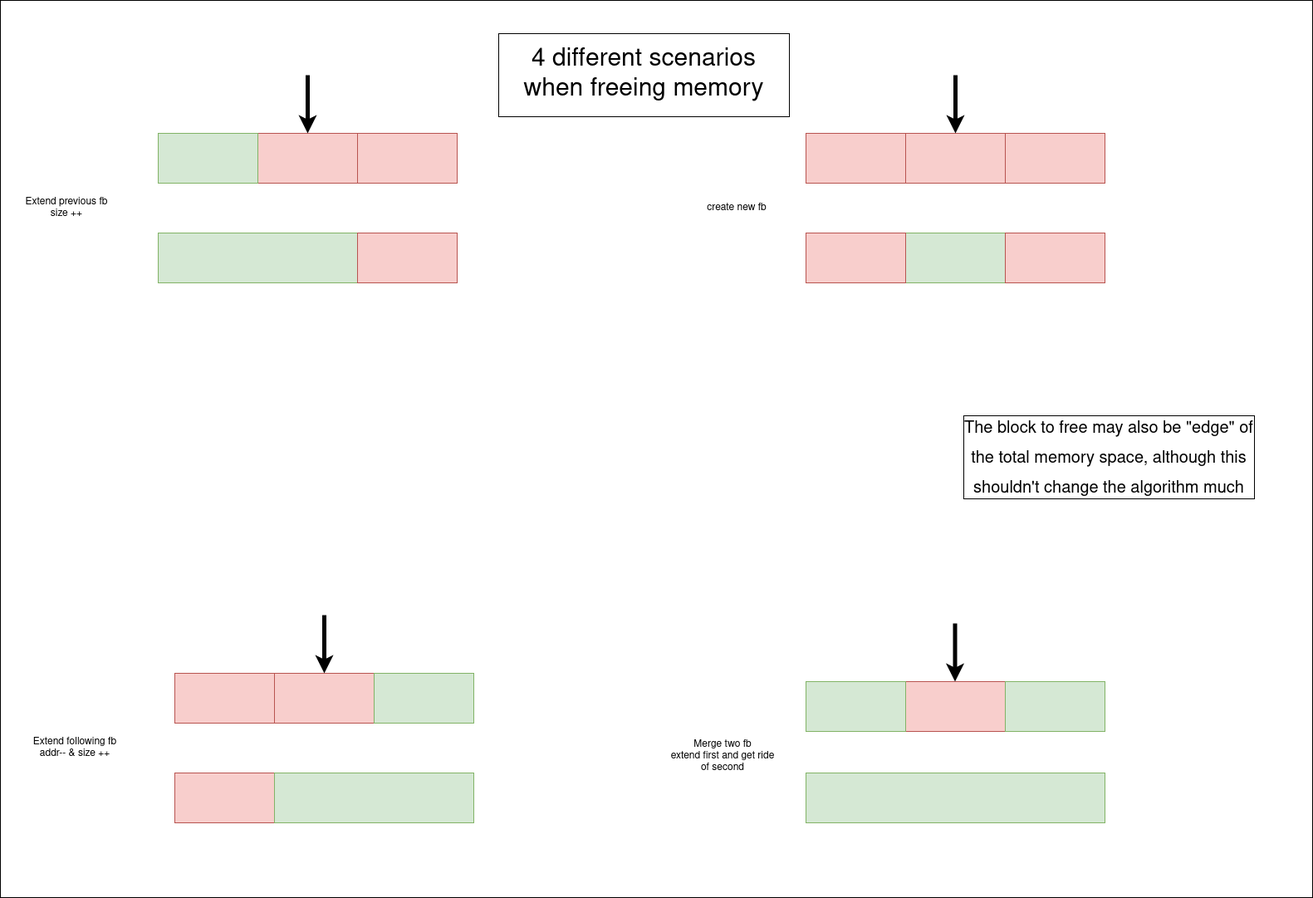
This is pictures/free_mem.png from gregiorg/API_TP4_PELISSE_FODOR, a draw.io export, as it was before one commit. Source tidied: cells renumbered, new cells last; positions are measured from the earlier drawing's top-left corner, leaving out a move shared by most shapes. The source it was exported from:
```xml
<mxGraphModel>
  <root>
    <mxCell id="0" />
    <mxCell id="1" parent="0" />
    <mxCell id="2" style="rounded=0;whiteSpace=wrap;html=1;fillColor=#f8cecc;strokeColor=#b85450;" parent="1" vertex="1">
      <mxGeometry x="310" y="160" width="120" height="60" as="geometry" />
    </mxCell>
    <mxCell id="3" style="rounded=0;whiteSpace=wrap;html=1;fillColor=#d5e8d4;strokeColor=#82b366;" parent="1" vertex="1">
      <mxGeometry x="190" y="160" width="120" height="60" as="geometry" />
    </mxCell>
    <mxCell id="4" style="endArrow=classic;html=1;entryX=0.5;entryY=0;entryDx=0;entryDy=0;strokeWidth=5;" parent="1" edge="1" target="2">
      <mxGeometry relative="1" as="geometry">
        <mxPoint x="370" y="90" as="sourcePoint" />
      </mxGeometry>
    </mxCell>
    <mxCell id="5" style="rounded=0;whiteSpace=wrap;html=1;fillColor=#f8cecc;strokeColor=#b85450;" parent="1" vertex="1">
      <mxGeometry x="430" y="160" width="120" height="60" as="geometry" />
    </mxCell>
    <mxCell id="6" style="rounded=0;whiteSpace=wrap;html=1;fillColor=#d5e8d4;strokeColor=#82b366;" parent="1" vertex="1">
      <mxGeometry x="190" y="280" width="240" height="60" as="geometry" />
    </mxCell>
    <mxCell id="7" style="rounded=0;whiteSpace=wrap;html=1;fillColor=#f8cecc;strokeColor=#b85450;" parent="1" vertex="1">
      <mxGeometry x="430" y="280" width="120" height="60" as="geometry" />
    </mxCell>
    <mxCell id="8" value="&lt;div&gt;Extend previous fb&lt;/div&gt;&lt;div&gt;size ++&lt;/div&gt;" style="text;html=1;strokeColor=none;fillColor=none;align=center;verticalAlign=middle;whiteSpace=wrap;rounded=0;" parent="1" vertex="1">
      <mxGeometry x="10" y="230" width="140" height="40" as="geometry" />
    </mxCell>
    <mxCell id="9" style="rounded=0;whiteSpace=wrap;html=1;fillColor=#f8cecc;strokeColor=#b85450;" parent="1" vertex="1">
      <mxGeometry x="330" y="810" width="120" height="60" as="geometry" />
    </mxCell>
    <mxCell id="10" style="rounded=0;whiteSpace=wrap;html=1;fillColor=#f8cecc;strokeColor=#b85450;" parent="1" vertex="1">
      <mxGeometry x="210" y="810" width="120" height="60" as="geometry" />
    </mxCell>
    <mxCell id="11" style="endArrow=classic;html=1;entryX=0.5;entryY=0;entryDx=0;entryDy=0;strokeWidth=5;" parent="1" edge="1" target="9">
      <mxGeometry relative="1" as="geometry">
        <mxPoint x="390" y="740" as="sourcePoint" />
      </mxGeometry>
    </mxCell>
    <mxCell id="12" style="rounded=0;whiteSpace=wrap;html=1;fillColor=#d5e8d4;strokeColor=#82b366;" parent="1" vertex="1">
      <mxGeometry x="450" y="810" width="120" height="60" as="geometry" />
    </mxCell>
    <mxCell id="13" style="rounded=0;whiteSpace=wrap;html=1;fillColor=#f8cecc;strokeColor=#b85450;" parent="1" vertex="1">
      <mxGeometry x="210" y="930" width="120" height="60" as="geometry" />
    </mxCell>
    <mxCell id="14" style="rounded=0;whiteSpace=wrap;html=1;fillColor=#d5e8d4;strokeColor=#82b366;" parent="1" vertex="1">
      <mxGeometry x="330" y="930" width="240" height="60" as="geometry" />
    </mxCell>
    <mxCell id="15" value="&lt;div&gt;Extend following fb&lt;/div&gt;&lt;div&gt;addr-- &amp;amp; size ++&lt;/div&gt;" style="text;html=1;strokeColor=none;fillColor=none;align=center;verticalAlign=middle;whiteSpace=wrap;rounded=0;" parent="1" vertex="1">
      <mxGeometry x="20" y="880" width="140" height="40" as="geometry" />
    </mxCell>
    <mxCell id="16" style="rounded=0;whiteSpace=wrap;html=1;fillColor=#f8cecc;strokeColor=#b85450;" parent="1" vertex="1">
      <mxGeometry x="1090" y="160" width="120" height="60" as="geometry" />
    </mxCell>
    <mxCell id="17" style="rounded=0;whiteSpace=wrap;html=1;fillColor=#f8cecc;strokeColor=#b85450;" parent="1" vertex="1">
      <mxGeometry x="970" y="160" width="120" height="60" as="geometry" />
    </mxCell>
    <mxCell id="18" style="endArrow=classic;html=1;entryX=0.5;entryY=0;entryDx=0;entryDy=0;strokeWidth=5;" parent="1" edge="1" target="16">
      <mxGeometry relative="1" as="geometry">
        <mxPoint x="1150" y="90" as="sourcePoint" />
      </mxGeometry>
    </mxCell>
    <mxCell id="19" style="rounded=0;whiteSpace=wrap;html=1;fillColor=#f8cecc;strokeColor=#b85450;" parent="1" vertex="1">
      <mxGeometry x="1210" y="160" width="120" height="60" as="geometry" />
    </mxCell>
    <mxCell id="20" style="rounded=0;whiteSpace=wrap;html=1;fillColor=#d5e8d4;strokeColor=#82b366;" parent="1" vertex="1">
      <mxGeometry x="1090" y="280" width="120" height="60" as="geometry" />
    </mxCell>
    <mxCell id="21" style="rounded=0;whiteSpace=wrap;html=1;fillColor=#f8cecc;strokeColor=#b85450;" parent="1" vertex="1">
      <mxGeometry x="970" y="280" width="120" height="60" as="geometry" />
    </mxCell>
    <mxCell id="22" style="rounded=0;whiteSpace=wrap;html=1;fillColor=#f8cecc;strokeColor=#b85450;" parent="1" vertex="1">
      <mxGeometry x="1210" y="280" width="120" height="60" as="geometry" />
    </mxCell>
    <mxCell id="23" value="create new fb" style="text;html=1;strokeColor=none;fillColor=none;align=center;verticalAlign=middle;whiteSpace=wrap;rounded=0;" parent="1" vertex="1">
      <mxGeometry x="817" y="230" width="140" height="40" as="geometry" />
    </mxCell>
    <mxCell id="24" style="rounded=0;whiteSpace=wrap;html=1;fillColor=#f8cecc;strokeColor=#b85450;" parent="1" vertex="1">
      <mxGeometry x="1090" y="820" width="120" height="60" as="geometry" />
    </mxCell>
    <mxCell id="25" style="rounded=0;whiteSpace=wrap;html=1;fillColor=#d5e8d4;strokeColor=#82b366;" parent="1" vertex="1">
      <mxGeometry x="970" y="820" width="120" height="60" as="geometry" />
    </mxCell>
    <mxCell id="26" style="rounded=0;whiteSpace=wrap;html=1;fillColor=#d5e8d4;strokeColor=#82b366;" parent="1" vertex="1">
      <mxGeometry x="1210" y="820" width="120" height="60" as="geometry" />
    </mxCell>
    <mxCell id="27" style="endArrow=classic;html=1;entryX=0.5;entryY=0;entryDx=0;entryDy=0;strokeWidth=5;" parent="1" edge="1">
      <mxGeometry relative="1" as="geometry">
        <mxPoint x="1149.5" y="750" as="sourcePoint" />
        <mxPoint x="1149.5" y="820" as="targetPoint" />
      </mxGeometry>
    </mxCell>
    <mxCell id="28" style="rounded=0;whiteSpace=wrap;html=1;fillColor=#d5e8d4;strokeColor=#82b366;" parent="1" vertex="1">
      <mxGeometry x="970" y="930" width="360" height="60" as="geometry" />
    </mxCell>
    <mxCell id="29" value="&lt;div&gt;Merge two fb&lt;/div&gt;&lt;div&gt;extend first and get ride of second&lt;br&gt;&lt;/div&gt;" style="text;html=1;strokeColor=none;fillColor=none;align=center;verticalAlign=middle;whiteSpace=wrap;rounded=0;" parent="1" vertex="1">
      <mxGeometry x="800" y="890" width="140" height="40" as="geometry" />
    </mxCell>
    <mxCell id="30" value="4 different scenarios when freeing memory" style="text;html=1;align=center;verticalAlign=middle;whiteSpace=wrap;rounded=0;fontSize=30;strokeColor=#000000;" parent="1" vertex="1">
      <mxGeometry x="600" y="40" width="350" height="100" as="geometry" />
    </mxCell>
    <mxCell id="31" value="&lt;font style=&quot;font-size: 20px&quot;&gt;The block to free may also be &quot;edge&quot; of the total memory space, although this shouldn't change the algorithm much &lt;br&gt;&lt;/font&gt;" style="text;html=1;align=center;verticalAlign=middle;whiteSpace=wrap;rounded=0;fontSize=30;strokeColor=#000000;" parent="1" vertex="1">
      <mxGeometry x="1160" y="500" width="350" height="100" as="geometry" />
    </mxCell>
    <mxCell id="32" style="rounded=0;whiteSpace=wrap;html=1;strokeColor=#000000;fontSize=30;fillColor=none;" parent="1" vertex="1">
      <mxGeometry width="1580" height="1080" as="geometry" />
    </mxCell>
  </root>
</mxGraphModel>
```
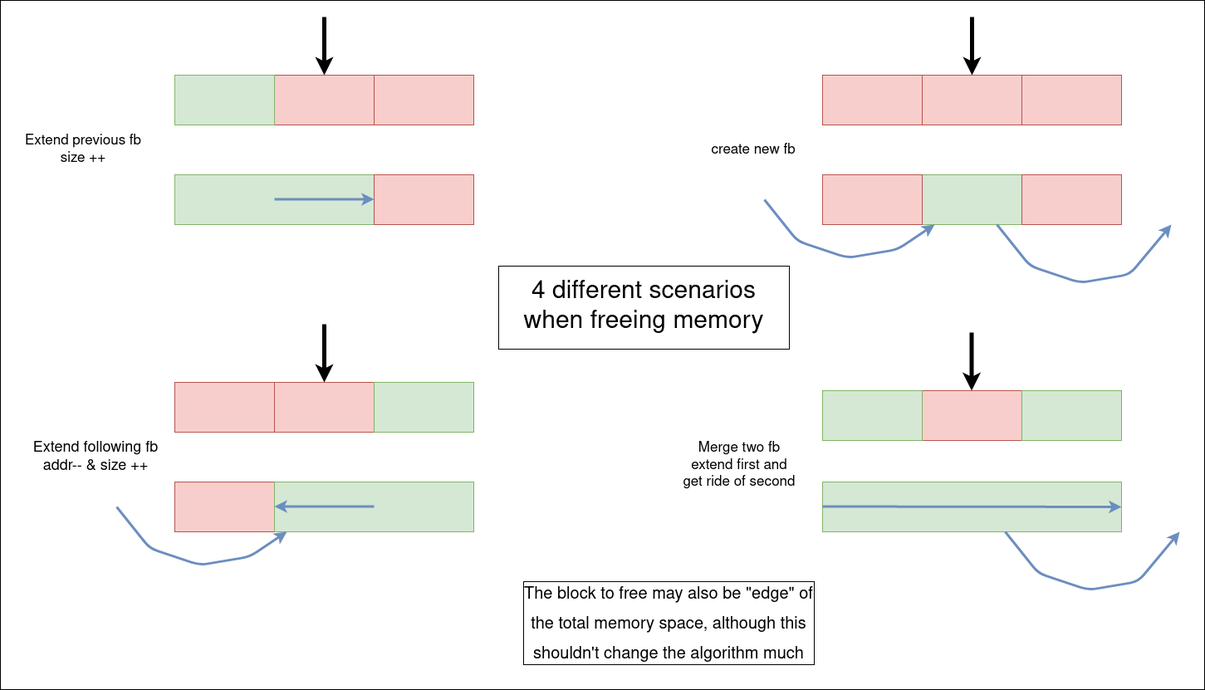
The same file after the commit.

Diff of the diagram source:
```diff
@@ -22,31 +22,31 @@
     <mxCell id="7" style="rounded=0;whiteSpace=wrap;html=1;fillColor=#f8cecc;strokeColor=#b85450;" parent="1" vertex="1">
       <mxGeometry x="430" y="280" width="120" height="60" as="geometry" />
     </mxCell>
-    <mxCell id="8" value="&lt;div&gt;Extend previous fb&lt;/div&gt;&lt;div&gt;size ++&lt;/div&gt;" style="text;html=1;strokeColor=none;fillColor=none;align=center;verticalAlign=middle;whiteSpace=wrap;rounded=0;" parent="1" vertex="1">
-      <mxGeometry x="10" y="230" width="140" height="40" as="geometry" />
+    <mxCell id="8" value="&lt;div style=&quot;font-size: 17px;&quot;&gt;Extend previous fb&lt;/div&gt;&lt;div style=&quot;font-size: 17px;&quot;&gt;size ++&lt;/div&gt;" style="text;html=1;strokeColor=none;fillColor=none;align=center;verticalAlign=middle;whiteSpace=wrap;rounded=0;fontSize=17;" parent="1" vertex="1">
+      <mxGeometry x="-10" y="230" width="180" height="40" as="geometry" />
     </mxCell>
     <mxCell id="9" style="rounded=0;whiteSpace=wrap;html=1;fillColor=#f8cecc;strokeColor=#b85450;" parent="1" vertex="1">
-      <mxGeometry x="330" y="810" width="120" height="60" as="geometry" />
+      <mxGeometry x="310" y="530" width="120" height="60" as="geometry" />
     </mxCell>
     <mxCell id="10" style="rounded=0;whiteSpace=wrap;html=1;fillColor=#f8cecc;strokeColor=#b85450;" parent="1" vertex="1">
-      <mxGeometry x="210" y="810" width="120" height="60" as="geometry" />
+      <mxGeometry x="190" y="530" width="120" height="60" as="geometry" />
     </mxCell>
     <mxCell id="11" style="endArrow=classic;html=1;entryX=0.5;entryY=0;entryDx=0;entryDy=0;strokeWidth=5;" parent="1" edge="1" target="9">
       <mxGeometry relative="1" as="geometry">
-        <mxPoint x="390" y="740" as="sourcePoint" />
+        <mxPoint x="370" y="460" as="sourcePoint" />
       </mxGeometry>
     </mxCell>
     <mxCell id="12" style="rounded=0;whiteSpace=wrap;html=1;fillColor=#d5e8d4;strokeColor=#82b366;" parent="1" vertex="1">
-      <mxGeometry x="450" y="810" width="120" height="60" as="geometry" />
+      <mxGeometry x="430" y="530" width="120" height="60" as="geometry" />
     </mxCell>
     <mxCell id="13" style="rounded=0;whiteSpace=wrap;html=1;fillColor=#f8cecc;strokeColor=#b85450;" parent="1" vertex="1">
-      <mxGeometry x="210" y="930" width="120" height="60" as="geometry" />
+      <mxGeometry x="190" y="650" width="120" height="60" as="geometry" />
     </mxCell>
     <mxCell id="14" style="rounded=0;whiteSpace=wrap;html=1;fillColor=#d5e8d4;strokeColor=#82b366;" parent="1" vertex="1">
-      <mxGeometry x="330" y="930" width="240" height="60" as="geometry" />
+      <mxGeometry x="310" y="650" width="240" height="60" as="geometry" />
     </mxCell>
-    <mxCell id="15" value="&lt;div&gt;Extend following fb&lt;/div&gt;&lt;div&gt;addr-- &amp;amp; size ++&lt;/div&gt;" style="text;html=1;strokeColor=none;fillColor=none;align=center;verticalAlign=middle;whiteSpace=wrap;rounded=0;" parent="1" vertex="1">
-      <mxGeometry x="20" y="880" width="140" height="40" as="geometry" />
+    <mxCell id="15" value="&lt;div style=&quot;font-size: 18px;&quot;&gt;Extend following fb&lt;/div&gt;&lt;div style=&quot;font-size: 18px;&quot;&gt;addr-- &amp;amp; size ++&lt;/div&gt;" style="text;html=1;strokeColor=none;fillColor=none;align=center;verticalAlign=middle;whiteSpace=wrap;rounded=0;fontSize=18;" parent="1" vertex="1">
+      <mxGeometry x="10" y="600" width="170" height="40" as="geometry" />
     </mxCell>
     <mxCell id="16" style="rounded=0;whiteSpace=wrap;html=1;fillColor=#f8cecc;strokeColor=#b85450;" parent="1" vertex="1">
       <mxGeometry x="1090" y="160" width="120" height="60" as="geometry" />
@@ -71,38 +71,98 @@
     <mxCell id="22" style="rounded=0;whiteSpace=wrap;html=1;fillColor=#f8cecc;strokeColor=#b85450;" parent="1" vertex="1">
       <mxGeometry x="1210" y="280" width="120" height="60" as="geometry" />
     </mxCell>
-    <mxCell id="23" value="create new fb" style="text;html=1;strokeColor=none;fillColor=none;align=center;verticalAlign=middle;whiteSpace=wrap;rounded=0;" parent="1" vertex="1">
+    <mxCell id="23" value="create new fb" style="text;html=1;strokeColor=none;fillColor=none;align=center;verticalAlign=middle;whiteSpace=wrap;rounded=0;fontSize=17;" parent="1" vertex="1">
       <mxGeometry x="817" y="230" width="140" height="40" as="geometry" />
     </mxCell>
     <mxCell id="24" style="rounded=0;whiteSpace=wrap;html=1;fillColor=#f8cecc;strokeColor=#b85450;" parent="1" vertex="1">
-      <mxGeometry x="1090" y="820" width="120" height="60" as="geometry" />
+      <mxGeometry x="1090" y="540" width="120" height="60" as="geometry" />
     </mxCell>
     <mxCell id="25" style="rounded=0;whiteSpace=wrap;html=1;fillColor=#d5e8d4;strokeColor=#82b366;" parent="1" vertex="1">
-      <mxGeometry x="970" y="820" width="120" height="60" as="geometry" />
+      <mxGeometry x="970" y="540" width="120" height="60" as="geometry" />
     </mxCell>
     <mxCell id="26" style="rounded=0;whiteSpace=wrap;html=1;fillColor=#d5e8d4;strokeColor=#82b366;" parent="1" vertex="1">
-      <mxGeometry x="1210" y="820" width="120" height="60" as="geometry" />
+      <mxGeometry x="1210" y="540" width="120" height="60" as="geometry" />
     </mxCell>
     <mxCell id="27" style="endArrow=classic;html=1;entryX=0.5;entryY=0;entryDx=0;entryDy=0;strokeWidth=5;" parent="1" edge="1">
       <mxGeometry relative="1" as="geometry">
-        <mxPoint x="1149.5" y="750" as="sourcePoint" />
-        <mxPoint x="1149.5" y="820" as="targetPoint" />
+        <mxPoint x="1149.5" y="470" as="sourcePoint" />
+        <mxPoint x="1149.5" y="540" as="targetPoint" />
       </mxGeometry>
     </mxCell>
     <mxCell id="28" style="rounded=0;whiteSpace=wrap;html=1;fillColor=#d5e8d4;strokeColor=#82b366;" parent="1" vertex="1">
-      <mxGeometry x="970" y="930" width="360" height="60" as="geometry" />
+      <mxGeometry x="970" y="650" width="360" height="60" as="geometry" />
     </mxCell>
-    <mxCell id="29" value="&lt;div&gt;Merge two fb&lt;/div&gt;&lt;div&gt;extend first and get ride of second&lt;br&gt;&lt;/div&gt;" style="text;html=1;strokeColor=none;fillColor=none;align=center;verticalAlign=middle;whiteSpace=wrap;rounded=0;" parent="1" vertex="1">
-      <mxGeometry x="800" y="890" width="140" height="40" as="geometry" />
+    <mxCell id="29" value="&lt;div style=&quot;font-size: 17px;&quot;&gt;Merge two fb&lt;/div&gt;&lt;div style=&quot;font-size: 17px;&quot;&gt;extend first and get ride of second&lt;br style=&quot;font-size: 17px;&quot;&gt;&lt;/div&gt;" style="text;html=1;strokeColor=none;fillColor=none;align=center;verticalAlign=middle;whiteSpace=wrap;rounded=0;fontSize=17;" parent="1" vertex="1">
+      <mxGeometry x="800" y="610" width="140" height="40" as="geometry" />
     </mxCell>
     <mxCell id="30" value="4 different scenarios when freeing memory" style="text;html=1;align=center;verticalAlign=middle;whiteSpace=wrap;rounded=0;fontSize=30;strokeColor=#000000;" parent="1" vertex="1">
-      <mxGeometry x="600" y="40" width="350" height="100" as="geometry" />
+      <mxGeometry x="580" y="390" width="350" height="100" as="geometry" />
     </mxCell>
     <mxCell id="31" value="&lt;font style=&quot;font-size: 20px&quot;&gt;The block to free may also be &quot;edge&quot; of the total memory space, although this shouldn't change the algorithm much &lt;br&gt;&lt;/font&gt;" style="text;html=1;align=center;verticalAlign=middle;whiteSpace=wrap;rounded=0;fontSize=30;strokeColor=#000000;" parent="1" vertex="1">
-      <mxGeometry x="1160" y="500" width="350" height="100" as="geometry" />
+      <mxGeometry x="610" y="770" width="350" height="100" as="geometry" />
     </mxCell>
-    <mxCell id="32" style="rounded=0;whiteSpace=wrap;html=1;strokeColor=#000000;fontSize=30;fillColor=none;" parent="1" vertex="1">
-      <mxGeometry width="1580" height="1080" as="geometry" />
-    </mxCell>
+    <mxCell id="33" style="endArrow=classic;html=1;fontSize=17;strokeWidth=3;fillColor=#dae8fc;strokeColor=#6c8ebf;" parent="1" edge="1">
+      <mxGeometry relative="1" as="geometry">
+        <mxPoint x="310" y="309.5" as="sourcePoint" />
+        <mxPoint x="430" y="309.5" as="targetPoint" />
+      </mxGeometry>
+    </mxCell>
+    <mxCell id="34" style="endArrow=classic;html=1;fontSize=17;strokeWidth=3;fillColor=#dae8fc;strokeColor=#6c8ebf;" parent="1" edge="1" target="20">
+      <mxGeometry relative="1" as="geometry">
+        <mxPoint x="900" y="310" as="sourcePoint" />
+        <Array as="points">
+          <mxPoint x="940" y="360" />
+          <mxPoint x="1000" y="380" />
+          <mxPoint x="1060" y="370" />
+        </Array>
+      </mxGeometry>
+    </mxCell>
+    <mxCell id="35" style="endArrow=classic;html=1;fontSize=17;strokeWidth=3;fillColor=#dae8fc;strokeColor=#6c8ebf;" parent="1" edge="1">
+      <mxGeometry relative="1" as="geometry">
+        <mxPoint x="1180" y="340" as="sourcePoint" />
+        <mxPoint x="1390" y="340" as="targetPoint" />
+        <Array as="points">
+          <mxPoint x="1220" y="390" />
+          <mxPoint x="1280" y="410" />
+          <mxPoint x="1340" y="400" />
+        </Array>
+      </mxGeometry>
+    </mxCell>
+    <mxCell id="36" style="endArrow=none;html=1;fontSize=17;exitX=0;exitY=0.5;exitDx=0;exitDy=0;entryX=1;entryY=0.5;entryDx=0;entryDy=0;strokeWidth=3;fillColor=#dae8fc;strokeColor=#6c8ebf;startArrow=classic;startFill=1;endFill=0;" parent="1" edge="1">
+      <mxGeometry relative="1" as="geometry">
+        <mxPoint x="310" y="679.5" as="sourcePoint" />
+        <mxPoint x="430" y="679.5" as="targetPoint" />
+      </mxGeometry>
+    </mxCell>
+    <mxCell id="37" style="endArrow=classic;html=1;fontSize=17;strokeWidth=3;fillColor=#dae8fc;strokeColor=#6c8ebf;" parent="1" edge="1">
+      <mxGeometry relative="1" as="geometry">
+        <mxPoint x="120" y="680" as="sourcePoint" />
+        <mxPoint x="325" y="710" as="targetPoint" />
+        <Array as="points">
+          <mxPoint x="160" y="730" />
+          <mxPoint x="220" y="750" />
+          <mxPoint x="280" y="740" />
+        </Array>
+      </mxGeometry>
+    </mxCell>
+    <mxCell id="38" style="endArrow=classic;html=1;fontSize=17;exitX=0;exitY=0.5;exitDx=0;exitDy=0;strokeWidth=3;fillColor=#dae8fc;strokeColor=#6c8ebf;entryX=1;entryY=0.5;entryDx=0;entryDy=0;" parent="1" edge="1" target="28">
+      <mxGeometry relative="1" as="geometry">
+        <mxPoint x="970" y="679.5" as="sourcePoint" />
+      </mxGeometry>
+    </mxCell>
+    <mxCell id="39" style="endArrow=classic;html=1;fontSize=17;strokeWidth=3;fillColor=#dae8fc;strokeColor=#6c8ebf;" parent="1" edge="1">
+      <mxGeometry relative="1" as="geometry">
+        <mxPoint x="1190" y="710" as="sourcePoint" />
+        <mxPoint x="1400" y="710" as="targetPoint" />
+        <Array as="points">
+          <mxPoint x="1230" y="760" />
+          <mxPoint x="1290" y="780" />
+          <mxPoint x="1350" y="770" />
+        </Array>
+      </mxGeometry>
+    </mxCell>
+    <mxCell id="40" style="rounded=0;whiteSpace=wrap;html=1;fontSize=17;fillColor=none;" parent="1" vertex="1">
+      <mxGeometry x="-20" y="70" width="1450" height="830" as="geometry" />
+    </mxCell>
   </root>
 </mxGraphModel>
```
